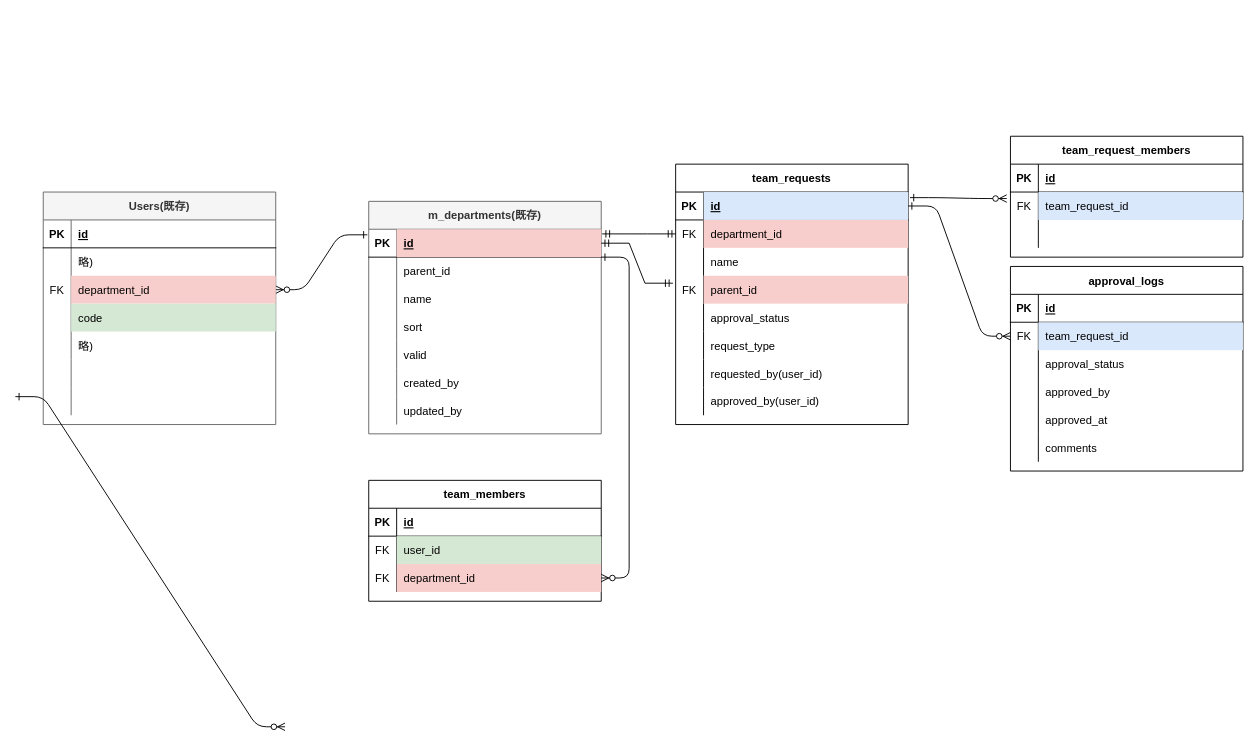
Before: rose.drawio in satohirok/twitter_clone_ER, a draw.io diagram. Source tidied: cells renumbered, new cells numbered last; positions are measured from the earlier drawing's top-left corner, leaving out a move shared by most shapes. Both pictures are drawn from the tidied source at 93%, with x=0, y=0 at pixel (15, -41).
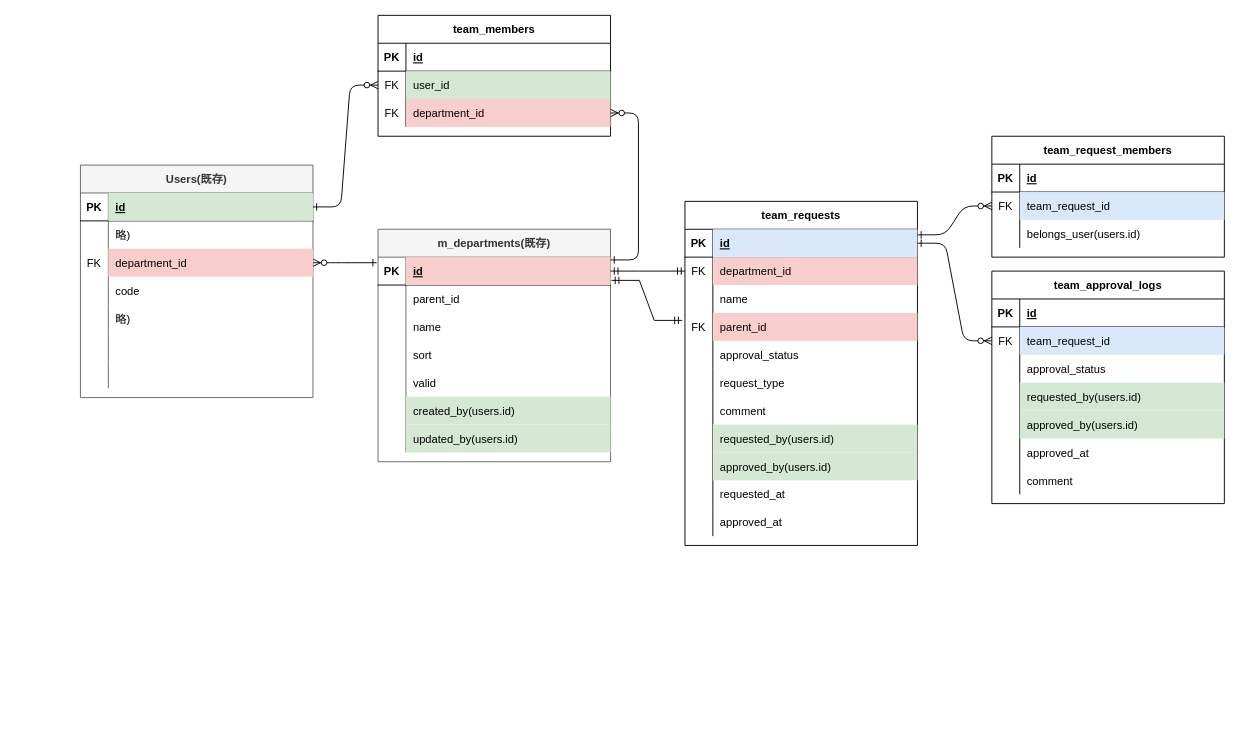
After the change.

Commit message (it also covers changes not shown here):
rose.drawio を更新します

Unchanged cells that the change refers to:
```xml
<mxCell id="4" style="shape=partialRectangle;fillColor=none;points=[[0,0.5],[1,0.5]];portConstraint=eastwest;top=0;left=0;right=0;bottom=1;" parent="3" vertex="1">
  <mxGeometry y="30" width="250" height="30" as="geometry" />
</mxCell>
<mxCell id="19" style="shape=partialRectangle;fillColor=none;top=0;left=0;right=0;bottom=0;" parent="3" vertex="1">
  <mxGeometry y="180" width="250" height="30" as="geometry" />
</mxCell>
<mxCell id="22" style="shape=partialRectangle;fillColor=none;top=0;left=0;right=0;bottom=0;" parent="3" vertex="1">
  <mxGeometry y="210" width="250" height="30" as="geometry" />
</mxCell>
<mxCell id="26" style="shape=partialRectangle;fillColor=none;points=[[0,0.5],[1,0.5]];portConstraint=eastwest;top=0;left=0;right=0;bottom=1;" parent="25" vertex="1">
  <mxGeometry y="30" width="250" height="30" as="geometry" />
</mxCell>
<mxCell id="35" style="shape=partialRectangle;fillColor=none;top=0;left=0;right=0;bottom=0;" parent="25" vertex="1">
  <mxGeometry y="120" width="250" height="30" as="geometry" />
</mxCell>
<mxCell id="48" style="shape=partialRectangle;fillColor=none;points=[[0,0.5],[1,0.5]];portConstraint=eastwest;top=0;left=0;right=0;bottom=1;" parent="47" vertex="1">
  <mxGeometry y="30" width="250" height="30" as="geometry" />
</mxCell>
<mxCell id="51" style="shape=partialRectangle;fillColor=none;points=[[0,0.5],[1,0.5]];portConstraint=eastwest;top=0;left=0;right=0;bottom=0;" parent="47" vertex="1">
  <mxGeometry y="60" width="250" height="30" as="geometry" />
</mxCell>
<mxCell id="57" style="shape=partialRectangle;fillColor=none;points=[[0,0.5],[1,0.5]];portConstraint=eastwest;top=0;left=0;right=0;bottom=0;" parent="47" vertex="1">
  <mxGeometry y="120" width="250" height="30" as="geometry" />
</mxCell>
<mxCell id="76" style="shape=partialRectangle;fillColor=none;points=[[0,0.5],[1,0.5]];portConstraint=eastwest;top=0;left=0;right=0;bottom=0;" parent="72" vertex="1">
  <mxGeometry y="60" width="250" height="30" as="geometry" />
</mxCell>
<mxCell id="79" style="shape=partialRectangle;fillColor=none;points=[[0,0.5],[1,0.5]];portConstraint=eastwest;top=0;left=0;right=0;bottom=0;" parent="72" vertex="1">
  <mxGeometry y="90" width="250" height="30" as="geometry" />
</mxCell>
<mxCell id="105" style="shape=partialRectangle;fillColor=none;points=[[0,0.5],[1,0.5]];portConstraint=eastwest;top=0;left=0;right=0;bottom=0;" parent="101" vertex="1">
  <mxGeometry y="60" width="250" height="30" as="geometry" />
</mxCell>
<mxCell id="108" style="shape=partialRectangle;fillColor=none;top=0;left=0;right=0;bottom=0;" parent="101" vertex="1">
  <mxGeometry y="90" width="250" height="30" as="geometry" />
</mxCell>
```

Diff of the diagram source:
```diff
@@
     <mxCell id="3" value="m_departments(既存)" style="shape=table;startSize=30;childLayout=tableLayout;rowLines=0;fontStyle=1;align=center;fillColor=#f5f5f5;fontColor=#333333;strokeColor=#666666;" parent="1" vertex="1">
-      <mxGeometry x="380" y="260" width="250" height="250" as="geometry" />
+      <mxGeometry x="390" y="290" width="250" height="250" as="geometry" />
     </mxCell>
@@
-    <mxCell id="21" value="created_by" style="shape=partialRectangle;overflow=hidden;fillColor=none;top=0;left=0;bottom=0;right=0;align=left;spacingLeft=6;" parent="19" vertex="1">
+    <mxCell id="21" value="created_by(users.id)" style="shape=partialRectangle;overflow=hidden;fillColor=#d5e8d4;top=0;left=0;bottom=0;right=0;align=left;spacingLeft=6;strokeColor=#82b366;" parent="19" vertex="1">
       <mxGeometry x="30" width="220" height="30" as="geometry" />
     </mxCell>
@@
-    <mxCell id="24" value="updated_by" style="shape=partialRectangle;overflow=hidden;fillColor=none;top=0;left=0;bottom=0;right=0;align=left;spacingLeft=6;" parent="22" vertex="1">
+    <mxCell id="24" value="updated_by(users.id)" style="shape=partialRectangle;overflow=hidden;fillColor=#d5e8d4;top=0;left=0;bottom=0;right=0;align=left;spacingLeft=6;strokeColor=#82b366;" parent="22" vertex="1">
       <mxGeometry x="30" width="220" height="30" as="geometry" />
     </mxCell>
     <mxCell id="25" value="Users(既存)" style="shape=table;startSize=30;childLayout=tableLayout;rowLines=0;fontStyle=1;align=center;fillColor=#f5f5f5;fontColor=#333333;strokeColor=#666666;" parent="1" vertex="1">
-      <mxGeometry x="30" y="250" width="250" height="250" as="geometry" />
+      <mxGeometry x="70" y="221" width="250" height="250" as="geometry" />
     </mxCell>
@@
-    <mxCell id="28" value="id" style="shape=partialRectangle;overflow=hidden;fillColor=none;top=0;left=0;bottom=0;right=0;align=left;spacingLeft=6;fontStyle=5;" parent="26" vertex="1">
+    <mxCell id="28" value="id" style="shape=partialRectangle;overflow=hidden;fillColor=#d5e8d4;top=0;left=0;bottom=0;right=0;align=left;spacingLeft=6;fontStyle=5;strokeColor=#82b366;" parent="26" vertex="1">
       <mxGeometry x="30" width="220" height="30" as="geometry" />
     </mxCell>
@@
-    <mxCell id="37" value="code" style="shape=partialRectangle;overflow=hidden;fillColor=#d5e8d4;top=0;left=0;bottom=0;right=0;align=left;spacingLeft=6;strokeColor=#82b366;" parent="35" vertex="1">
+    <mxCell id="37" value="code" style="shape=partialRectangle;overflow=hidden;fillColor=none;top=0;left=0;bottom=0;right=0;align=left;spacingLeft=6;strokeColor=#82b366;" parent="35" vertex="1">
       <mxGeometry x="30" width="220" height="30" as="geometry" />
     </mxCell>
@@
     <mxCell id="47" value="team_requests" style="shape=table;startSize=30;childLayout=tableLayout;rowLines=0;fontStyle=1;align=center;" parent="1" vertex="1">
-      <mxGeometry x="710" y="220" width="250" height="280" as="geometry" />
+      <mxGeometry x="720" y="260" width="250" height="370" as="geometry" />
     </mxCell>
@@
+    <mxCell id="117" style="shape=partialRectangle;fillColor=none;top=0;left=0;right=0;bottom=0;" parent="47" vertex="1">
+      <mxGeometry y="210" width="250" height="30" as="geometry" />
+    </mxCell>
+    <mxCell id="118" style="shape=partialRectangle;overflow=hidden;fillColor=none;top=0;left=0;bottom=0;right=0;" parent="117" vertex="1">
+      <mxGeometry width="30" height="30" as="geometry" />
+    </mxCell>
+    <mxCell id="119" value="comment" style="shape=partialRectangle;overflow=hidden;fillColor=none;top=0;left=0;bottom=0;right=0;align=left;spacingLeft=6;" parent="117" vertex="1">
+      <mxGeometry x="30" width="220" height="30" as="geometry" />
+    </mxCell>
     <mxCell id="66" style="shape=partialRectangle;fillColor=none;top=0;left=0;right=0;bottom=0;" parent="47" vertex="1">
-      <mxGeometry y="210" width="250" height="30" as="geometry" />
+      <mxGeometry y="240" width="250" height="30" as="geometry" />
     </mxCell>
@@
-    <mxCell id="68" value="requested_by(user_id)" style="shape=partialRectangle;overflow=hidden;fillColor=none;top=0;left=0;bottom=0;right=0;align=left;spacingLeft=6;" parent="66" vertex="1">
+    <mxCell id="68" value="requested_by(users.id)" style="shape=partialRectangle;overflow=hidden;fillColor=#d5e8d4;top=0;left=0;bottom=0;right=0;align=left;spacingLeft=6;strokeColor=#82b366;" parent="66" vertex="1">
       <mxGeometry x="30" width="220" height="30" as="geometry" />
     </mxCell>
     <mxCell id="69" style="shape=partialRectangle;fillColor=none;top=0;left=0;right=0;bottom=0;" parent="47" vertex="1">
-      <mxGeometry y="240" width="250" height="30" as="geometry" />
+      <mxGeometry y="270" width="250" height="30" as="geometry" />
     </mxCell>
@@
-    <mxCell id="71" value="approved_by(user_id)" style="shape=partialRectangle;overflow=hidden;fillColor=none;top=0;left=0;bottom=0;right=0;align=left;spacingLeft=6;" parent="69" vertex="1">
+    <mxCell id="71" value="approved_by(users.id)" style="shape=partialRectangle;overflow=hidden;fillColor=#d5e8d4;top=0;left=0;bottom=0;right=0;align=left;spacingLeft=6;strokeColor=#82b366;" parent="69" vertex="1">
       <mxGeometry x="30" width="220" height="30" as="geometry" />
     </mxCell>
+    <mxCell id="120" style="shape=partialRectangle;fillColor=none;top=0;left=0;right=0;bottom=0;" parent="47" vertex="1">
+      <mxGeometry y="300" width="250" height="30" as="geometry" />
+    </mxCell>
+    <mxCell id="121" style="shape=partialRectangle;overflow=hidden;fillColor=none;top=0;left=0;bottom=0;right=0;" parent="120" vertex="1">
+      <mxGeometry width="30" height="30" as="geometry" />
+    </mxCell>
+    <mxCell id="122" value="requested_at" style="shape=partialRectangle;overflow=hidden;fillColor=none;top=0;left=0;bottom=0;right=0;align=left;spacingLeft=6;strokeColor=#82b366;" parent="120" vertex="1">
+      <mxGeometry x="30" width="220" height="30" as="geometry" />
+    </mxCell>
+    <mxCell id="123" style="shape=partialRectangle;fillColor=none;top=0;left=0;right=0;bottom=0;" parent="47" vertex="1">
+      <mxGeometry y="330" width="250" height="30" as="geometry" />
+    </mxCell>
+    <mxCell id="124" style="shape=partialRectangle;overflow=hidden;fillColor=none;top=0;left=0;bottom=0;right=0;" parent="123" vertex="1">
+      <mxGeometry width="30" height="30" as="geometry" />
+    </mxCell>
+    <mxCell id="125" value="approved_at" style="shape=partialRectangle;overflow=hidden;fillColor=none;top=0;left=0;bottom=0;right=0;align=left;spacingLeft=6;strokeColor=#82b366;" parent="123" vertex="1">
+      <mxGeometry x="30" width="220" height="30" as="geometry" />
+    </mxCell>
     <mxCell id="72" value="team_members" style="shape=table;startSize=30;childLayout=tableLayout;rowLines=0;fontStyle=1;align=center;" parent="1" vertex="1">
-      <mxGeometry x="380" y="560" width="250" height="130" as="geometry" />
+      <mxGeometry x="390" y="60" width="250" height="130" as="geometry" />
     </mxCell>
@@
-    <mxCell id="82" value="approval_logs" style="shape=table;startSize=30;childLayout=tableLayout;rowLines=0;fontStyle=1;align=center;" parent="1" vertex="1">
-      <mxGeometry x="1070" y="330" width="250" height="220" as="geometry" />
+    <mxCell id="82" value="team_approval_logs" style="shape=table;startSize=30;childLayout=tableLayout;rowLines=0;fontStyle=1;align=center;" parent="1" vertex="1">
+      <mxGeometry x="1050" y="335" width="250" height="250" as="geometry" />
     </mxCell>
@@
+    <mxCell id="126" style="shape=partialRectangle;fillColor=none;top=0;left=0;right=0;bottom=0;" parent="82" vertex="1">
+      <mxGeometry y="120" width="250" height="30" as="geometry" />
+    </mxCell>
+    <mxCell id="127" style="shape=partialRectangle;overflow=hidden;fillColor=none;top=0;left=0;bottom=0;right=0;" parent="126" vertex="1">
+      <mxGeometry width="30" height="30" as="geometry" />
+    </mxCell>
+    <mxCell id="128" value="requested_by(users.id)" style="shape=partialRectangle;overflow=hidden;fillColor=#d5e8d4;top=0;left=0;bottom=0;right=0;align=left;spacingLeft=6;strokeColor=#82b366;" parent="126" vertex="1">
+      <mxGeometry x="30" width="220" height="30" as="geometry" />
+    </mxCell>
     <mxCell id="92" style="shape=partialRectangle;fillColor=none;top=0;left=0;right=0;bottom=0;" parent="82" vertex="1">
-      <mxGeometry y="120" width="250" height="30" as="geometry" />
+      <mxGeometry y="150" width="250" height="30" as="geometry" />
     </mxCell>
@@
-    <mxCell id="94" value="approved_by" style="shape=partialRectangle;overflow=hidden;fillColor=none;top=0;left=0;bottom=0;right=0;align=left;spacingLeft=6;" parent="92" vertex="1">
+    <mxCell id="94" value="approved_by(users.id)" style="shape=partialRectangle;overflow=hidden;fillColor=#d5e8d4;top=0;left=0;bottom=0;right=0;align=left;spacingLeft=6;strokeColor=#82b366;" parent="92" vertex="1">
       <mxGeometry x="30" width="220" height="30" as="geometry" />
     </mxCell>
     <mxCell id="95" style="shape=partialRectangle;fillColor=none;top=0;left=0;right=0;bottom=0;" parent="82" vertex="1">
-      <mxGeometry y="150" width="250" height="30" as="geometry" />
+      <mxGeometry y="180" width="250" height="30" as="geometry" />
     </mxCell>
@@
     <mxCell id="98" style="shape=partialRectangle;fillColor=none;top=0;left=0;right=0;bottom=0;" parent="82" vertex="1">
-      <mxGeometry y="180" width="250" height="30" as="geometry" />
+      <mxGeometry y="210" width="250" height="30" as="geometry" />
     </mxCell>
@@
-    <mxCell id="100" value="comments" style="shape=partialRectangle;overflow=hidden;fillColor=none;top=0;left=0;bottom=0;right=0;align=left;spacingLeft=6;" parent="98" vertex="1">
+    <mxCell id="100" value="comment" style="shape=partialRectangle;overflow=hidden;fillColor=none;top=0;left=0;bottom=0;right=0;align=left;spacingLeft=6;" parent="98" vertex="1">
       <mxGeometry x="30" width="220" height="30" as="geometry" />
     </mxCell>
     <mxCell id="101" value="team_request_members" style="shape=table;startSize=30;childLayout=tableLayout;rowLines=0;fontStyle=1;align=center;" parent="1" vertex="1">
-      <mxGeometry x="1070" y="190" width="250" height="130" as="geometry" />
+      <mxGeometry x="1050" y="190" width="250" height="130" as="geometry" />
     </mxCell>
@@
-    <mxCell id="110" style="shape=partialRectangle;overflow=hidden;fillColor=none;top=0;left=0;bottom=0;right=0;align=left;spacingLeft=6;" parent="108" vertex="1">
+    <mxCell id="110" value="belongs_user(users.id)" style="shape=partialRectangle;overflow=hidden;fillColor=none;top=0;left=0;bottom=0;right=0;align=left;spacingLeft=6;" parent="108" vertex="1">
       <mxGeometry x="30" width="220" height="30" as="geometry" />
     </mxCell>
-    <mxCell id="111" style="edgeStyle=entityRelationEdgeStyle;fontSize=12;html=1;endArrow=ERmandOne;startArrow=ERmandOne;rounded=0;entryX=0;entryY=0.5;entryDx=0;entryDy=0;exitX=1.004;exitY=0.167;exitDx=0;exitDy=0;exitPerimeter=0;" parent="1" edge="1" source="4" target="51">
+    <mxCell id="111" style="edgeStyle=entityRelationEdgeStyle;fontSize=12;html=1;endArrow=ERmandOne;startArrow=ERmandOne;rounded=0;entryX=0;entryY=0.5;entryDx=0;entryDy=0;exitX=1;exitY=0.5;exitDx=0;exitDy=0;" parent="1" edge="1" source="4" target="51">
       <mxGeometry relative="1" as="geometry">
         <Array as="points">
           <mxPoint x="590" y="40" />
         </Array>
       </mxGeometry>
     </mxCell>
-    <mxCell id="112" style="edgeStyle=entityRelationEdgeStyle;fontSize=12;html=1;endArrow=ERmandOne;startArrow=ERmandOne;rounded=0;entryX=-0.012;entryY=0.267;entryDx=0;entryDy=0;entryPerimeter=0;exitX=1;exitY=0.5;exitDx=0;exitDy=0;" parent="1" edge="1" source="4" target="57">
+    <mxCell id="112" style="edgeStyle=entityRelationEdgeStyle;fontSize=12;html=1;endArrow=ERmandOne;startArrow=ERmandOne;rounded=0;entryX=-0.012;entryY=0.267;entryDx=0;entryDy=0;entryPerimeter=0;exitX=1.004;exitY=0.833;exitDx=0;exitDy=0;exitPerimeter=0;" parent="1" edge="1" source="4" target="57">
       <mxGeometry relative="1" as="geometry">
         <Array as="points">
           <mxPoint x="640" y="290" />
           <mxPoint x="593" y="56" />
           <mxPoint x="683" y="346" />
         </Array>
       </mxGeometry>
     </mxCell>
-    <mxCell id="113" style="edgeStyle=entityRelationEdgeStyle;endArrow=ERzeroToMany;startArrow=ERone;endFill=1;startFill=0;entryX=-0.016;entryY=0.233;entryDx=0;entryDy=0;exitX=1.008;exitY=0.2;exitDx=0;exitDy=0;exitPerimeter=0;entryPerimeter=0;" parent="1" edge="1" source="48" target="105">
+    <mxCell id="113" style="edgeStyle=entityRelationEdgeStyle;endArrow=ERzeroToMany;startArrow=ERone;endFill=1;startFill=0;entryX=0;entryY=0.5;entryDx=0;entryDy=0;" parent="1" edge="1" target="105">
       <mxGeometry relative="1" as="geometry">
+        <mxPoint x="970" y="296" as="sourcePoint" />
         <Array as="points">
           <mxPoint x="1511" y="504" />
           <mxPoint x="1111" />
         </Array>
       </mxGeometry>
     </mxCell>
@@
-    <mxCell id="115" style="edgeStyle=entityRelationEdgeStyle;endArrow=ERzeroToMany;startArrow=ERone;endFill=1;startFill=0;entryX=1;entryY=0.5;entryDx=0;entryDy=0;" parent="1" edge="1" target="79">
-      <mxGeometry relative="1" as="geometry">
-        <mxPoint x="630" y="320" as="sourcePoint" />
-      </mxGeometry>
+    <mxCell id="115" style="edgeStyle=entityRelationEdgeStyle;endArrow=ERzeroToMany;startArrow=ERone;endFill=1;startFill=0;entryX=1;entryY=0.5;entryDx=0;entryDy=0;exitX=1;exitY=0.1;exitDx=0;exitDy=0;exitPerimeter=0;" parent="1" edge="1" source="4" target="79">
+      <mxGeometry relative="1" as="geometry" />
     </mxCell>
-    <mxCell id="116" style="edgeStyle=entityRelationEdgeStyle;endArrow=ERzeroToMany;startArrow=ERone;endFill=1;startFill=0;exitX=0;exitY=0.5;exitDx=0;exitDy=0;entryX=0;entryY=0.5;entryDx=0;entryDy=0;" parent="1" edge="1">
+    <mxCell id="116" style="edgeStyle=entityRelationEdgeStyle;endArrow=ERzeroToMany;startArrow=ERone;endFill=1;startFill=0;entryX=0;entryY=0.5;entryDx=0;entryDy=0;" parent="1" edge="1" source="26" target="76">
       <mxGeometry relative="1" as="geometry">
-        <mxPoint y="470" as="sourcePoint" />
-        <mxPoint x="290" y="825" as="targetPoint" />
+        <Array as="points">
+          <mxPoint x="384.3" y="140" />
+          <mxPoint x="110" y="610" />
+          <mxPoint x="80" y="510" />
+          <mxPoint x="80" y="500" />
+        </Array>
       </mxGeometry>
     </mxCell>
```
